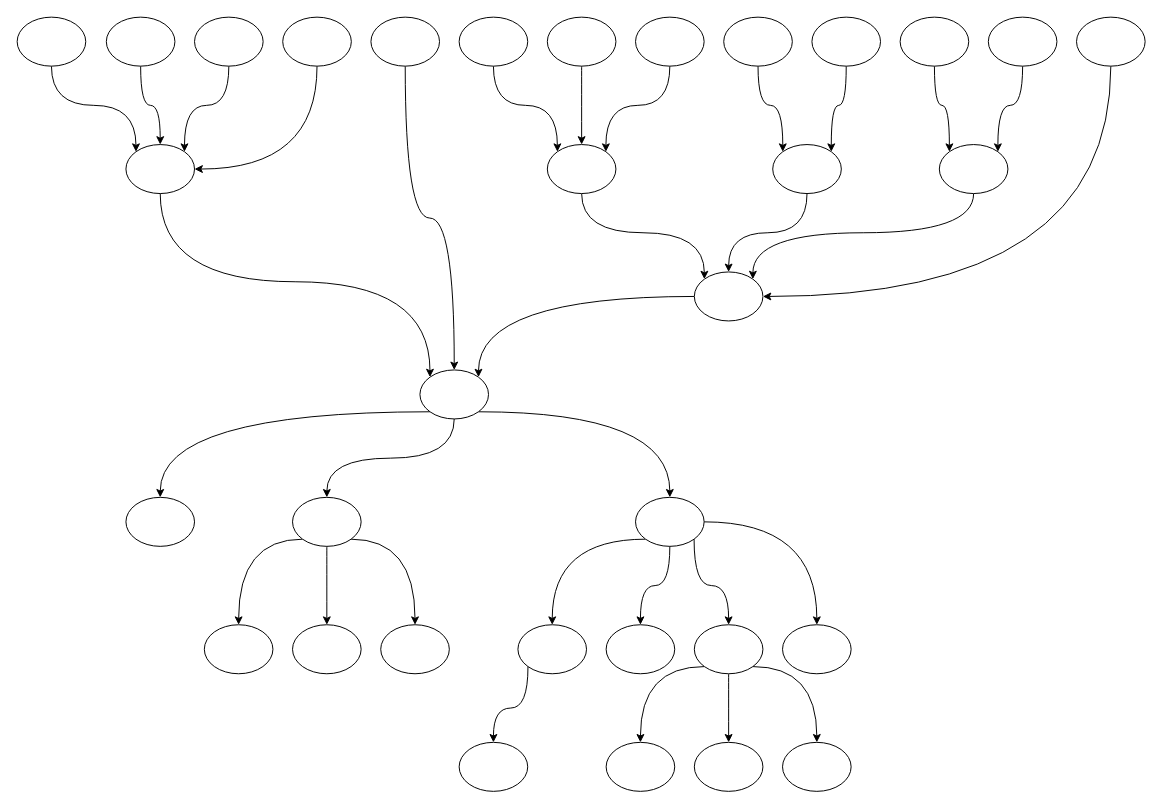
Earlier version of the draw.io diagram verilator_digrams/digraph_demo.drawio (Dercury/CLDK). Source tidied: cells renumbered, new cells numbered last; positions are measured from the earlier drawing's top-left corner, leaving out a move shared by most shapes. Both pictures are drawn from the tidied source at 98%, with x=0, y=0 at pixel (17, 17).
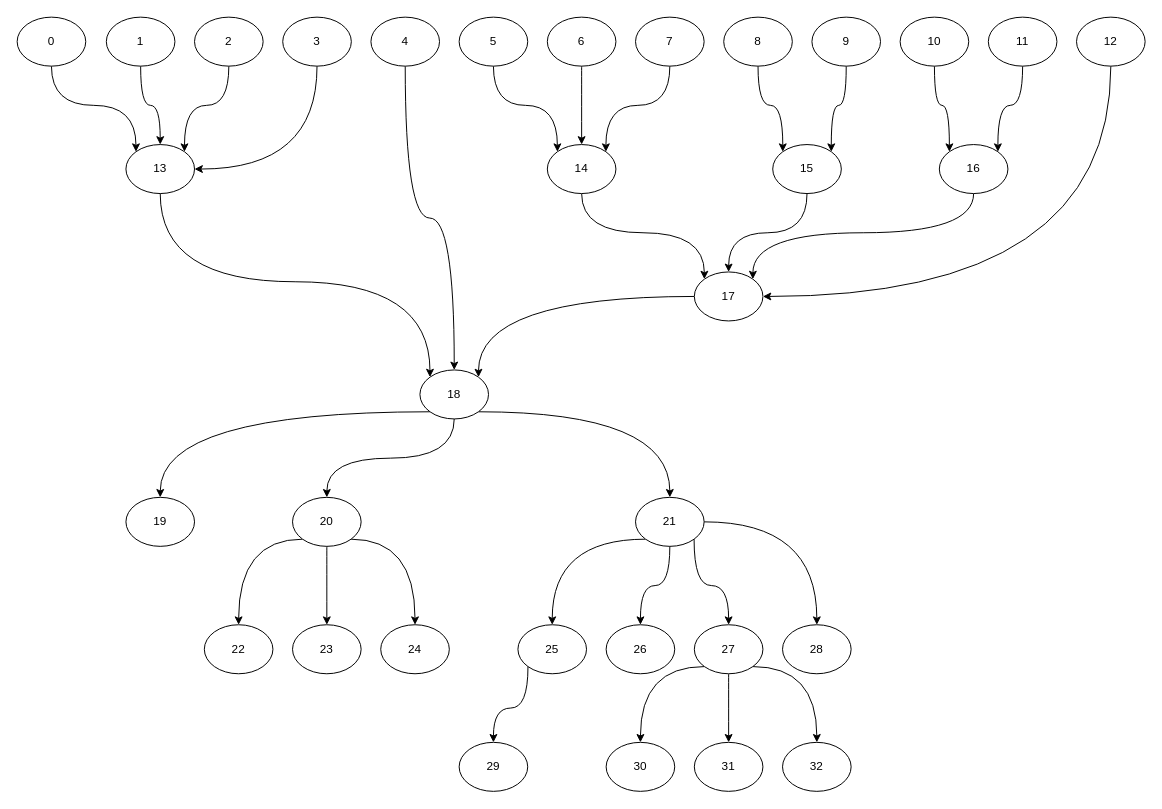
After the change.

Diff of the diagram source:
```diff
@@
-    <mxCell id="3" style="ellipse;whiteSpace=wrap;html=1;" parent="1" vertex="1">
+    <mxCell id="3" value="0" style="ellipse;whiteSpace=wrap;html=1;" parent="1" vertex="1">
       <mxGeometry width="70" height="50" as="geometry" />
     </mxCell>
@@
-    <mxCell id="5" style="ellipse;whiteSpace=wrap;html=1;" parent="1" vertex="1">
+    <mxCell id="5" value="1" style="ellipse;whiteSpace=wrap;html=1;" parent="1" vertex="1">
       <mxGeometry x="91" width="70" height="50" as="geometry" />
     </mxCell>
@@
-    <mxCell id="7" style="ellipse;whiteSpace=wrap;html=1;" parent="1" vertex="1">
+    <mxCell id="7" value="2" style="ellipse;whiteSpace=wrap;html=1;" parent="1" vertex="1">
       <mxGeometry x="181" width="70" height="50" as="geometry" />
     </mxCell>
@@
-    <mxCell id="9" style="ellipse;whiteSpace=wrap;html=1;" parent="1" vertex="1">
+    <mxCell id="9" value="3" style="ellipse;whiteSpace=wrap;html=1;" parent="1" vertex="1">
       <mxGeometry x="271" width="70" height="50" as="geometry" />
     </mxCell>
@@
-    <mxCell id="11" style="ellipse;whiteSpace=wrap;html=1;" parent="1" vertex="1">
+    <mxCell id="11" value="4" style="ellipse;whiteSpace=wrap;html=1;" parent="1" vertex="1">
       <mxGeometry x="361" width="70" height="50" as="geometry" />
     </mxCell>
@@
-    <mxCell id="13" style="ellipse;whiteSpace=wrap;html=1;" parent="1" vertex="1">
+    <mxCell id="13" value="5" style="ellipse;whiteSpace=wrap;html=1;" parent="1" vertex="1">
       <mxGeometry x="451" width="70" height="50" as="geometry" />
     </mxCell>
@@
-    <mxCell id="15" style="ellipse;whiteSpace=wrap;html=1;" parent="1" vertex="1">
+    <mxCell id="15" value="10" style="ellipse;whiteSpace=wrap;html=1;" parent="1" vertex="1">
       <mxGeometry x="901" width="70" height="50" as="geometry" />
     </mxCell>
@@
-    <mxCell id="17" style="ellipse;whiteSpace=wrap;html=1;" parent="1" vertex="1">
+    <mxCell id="17" value="6" style="ellipse;whiteSpace=wrap;html=1;" parent="1" vertex="1">
       <mxGeometry x="541" width="70" height="50" as="geometry" />
     </mxCell>
@@
-    <mxCell id="19" style="ellipse;whiteSpace=wrap;html=1;" parent="1" vertex="1">
+    <mxCell id="19" value="7" style="ellipse;whiteSpace=wrap;html=1;" parent="1" vertex="1">
       <mxGeometry x="631" width="70" height="50" as="geometry" />
     </mxCell>
@@
-    <mxCell id="21" style="ellipse;whiteSpace=wrap;html=1;" parent="1" vertex="1">
+    <mxCell id="21" value="8" style="ellipse;whiteSpace=wrap;html=1;" parent="1" vertex="1">
       <mxGeometry x="721" width="70" height="50" as="geometry" />
     </mxCell>
@@
-    <mxCell id="23" style="ellipse;whiteSpace=wrap;html=1;" parent="1" vertex="1">
+    <mxCell id="23" value="13" style="ellipse;whiteSpace=wrap;html=1;" parent="1" vertex="1">
       <mxGeometry x="111" y="130" width="70" height="50" as="geometry" />
     </mxCell>
@@
-    <mxCell id="27" style="ellipse;whiteSpace=wrap;html=1;" parent="1" vertex="1">
+    <mxCell id="27" value="18" style="ellipse;whiteSpace=wrap;html=1;" parent="1" vertex="1">
       <mxGeometry x="411" y="360" width="70" height="50" as="geometry" />
     </mxCell>
@@
-    <mxCell id="29" style="ellipse;whiteSpace=wrap;html=1;" parent="1" vertex="1">
+    <mxCell id="29" value="9" style="ellipse;whiteSpace=wrap;html=1;" parent="1" vertex="1">
       <mxGeometry x="811" width="70" height="50" as="geometry" />
     </mxCell>
@@
-    <mxCell id="31" style="ellipse;whiteSpace=wrap;html=1;" parent="1" vertex="1">
+    <mxCell id="31" value="11" style="ellipse;whiteSpace=wrap;html=1;" parent="1" vertex="1">
       <mxGeometry x="991" width="70" height="50" as="geometry" />
     </mxCell>
@@
-    <mxCell id="33" style="ellipse;whiteSpace=wrap;html=1;" parent="1" vertex="1">
+    <mxCell id="33" value="14" style="ellipse;whiteSpace=wrap;html=1;" parent="1" vertex="1">
       <mxGeometry x="541" y="130" width="70" height="50" as="geometry" />
     </mxCell>
@@
-    <mxCell id="35" style="ellipse;whiteSpace=wrap;html=1;" parent="1" vertex="1">
+    <mxCell id="35" value="15" style="ellipse;whiteSpace=wrap;html=1;" parent="1" vertex="1">
       <mxGeometry x="771" y="130" width="70" height="50" as="geometry" />
     </mxCell>
@@
-    <mxCell id="37" style="ellipse;whiteSpace=wrap;html=1;" parent="1" vertex="1">
+    <mxCell id="37" value="16" style="ellipse;whiteSpace=wrap;html=1;" parent="1" vertex="1">
       <mxGeometry x="941" y="130" width="70" height="50" as="geometry" />
     </mxCell>
@@
-    <mxCell id="39" style="ellipse;whiteSpace=wrap;html=1;" parent="1" vertex="1">
+    <mxCell id="39" value="17" style="ellipse;whiteSpace=wrap;html=1;" parent="1" vertex="1">
       <mxGeometry x="691" y="260" width="70" height="50" as="geometry" />
     </mxCell>
-    <mxCell id="40" style="ellipse;whiteSpace=wrap;html=1;" parent="1" vertex="1">
+    <mxCell id="40" value="19" style="ellipse;whiteSpace=wrap;html=1;" parent="1" vertex="1">
       <mxGeometry x="111" y="490" width="70" height="50" as="geometry" />
     </mxCell>
@@
-    <mxCell id="44" style="ellipse;whiteSpace=wrap;html=1;" parent="1" vertex="1">
+    <mxCell id="44" value="20" style="ellipse;whiteSpace=wrap;html=1;" parent="1" vertex="1">
       <mxGeometry x="281" y="490" width="70" height="50" as="geometry" />
     </mxCell>
@@
-    <mxCell id="49" style="ellipse;whiteSpace=wrap;html=1;" parent="1" vertex="1">
+    <mxCell id="49" value="21" style="ellipse;whiteSpace=wrap;html=1;" parent="1" vertex="1">
       <mxGeometry x="631" y="490" width="70" height="50" as="geometry" />
     </mxCell>
-    <mxCell id="50" style="ellipse;whiteSpace=wrap;html=1;" parent="1" vertex="1">
+    <mxCell id="50" value="22" style="ellipse;whiteSpace=wrap;html=1;" parent="1" vertex="1">
       <mxGeometry x="191" y="620" width="70" height="50" as="geometry" />
     </mxCell>
-    <mxCell id="51" style="ellipse;whiteSpace=wrap;html=1;" parent="1" vertex="1">
+    <mxCell id="51" value="23" style="ellipse;whiteSpace=wrap;html=1;" parent="1" vertex="1">
       <mxGeometry x="281" y="620" width="70" height="50" as="geometry" />
     </mxCell>
-    <mxCell id="52" style="ellipse;whiteSpace=wrap;html=1;" parent="1" vertex="1">
+    <mxCell id="52" value="24" style="ellipse;whiteSpace=wrap;html=1;" parent="1" vertex="1">
       <mxGeometry x="371" y="620" width="70" height="50" as="geometry" />
     </mxCell>
@@
-    <mxCell id="54" style="ellipse;whiteSpace=wrap;html=1;" parent="1" vertex="1">
+    <mxCell id="54" value="25" style="ellipse;whiteSpace=wrap;html=1;" parent="1" vertex="1">
       <mxGeometry x="511" y="620" width="70" height="50" as="geometry" />
     </mxCell>
-    <mxCell id="55" style="ellipse;whiteSpace=wrap;html=1;" parent="1" vertex="1">
+    <mxCell id="55" value="26" style="ellipse;whiteSpace=wrap;html=1;" parent="1" vertex="1">
       <mxGeometry x="601" y="620" width="70" height="50" as="geometry" />
     </mxCell>
@@
-    <mxCell id="59" style="ellipse;whiteSpace=wrap;html=1;" parent="1" vertex="1">
+    <mxCell id="59" value="27" style="ellipse;whiteSpace=wrap;html=1;" parent="1" vertex="1">
       <mxGeometry x="691" y="620" width="70" height="50" as="geometry" />
     </mxCell>
-    <mxCell id="60" style="ellipse;whiteSpace=wrap;html=1;" parent="1" vertex="1">
+    <mxCell id="60" value="28" style="ellipse;whiteSpace=wrap;html=1;" parent="1" vertex="1">
       <mxGeometry x="781" y="620" width="70" height="50" as="geometry" />
     </mxCell>
-    <mxCell id="61" style="ellipse;whiteSpace=wrap;html=1;" parent="1" vertex="1">
+    <mxCell id="61" value="30" style="ellipse;whiteSpace=wrap;html=1;" parent="1" vertex="1">
       <mxGeometry x="601" y="740" width="70" height="50" as="geometry" />
     </mxCell>
-    <mxCell id="62" style="ellipse;whiteSpace=wrap;html=1;" parent="1" vertex="1">
+    <mxCell id="62" value="31" style="ellipse;whiteSpace=wrap;html=1;" parent="1" vertex="1">
       <mxGeometry x="691" y="740" width="70" height="50" as="geometry" />
     </mxCell>
-    <mxCell id="63" style="ellipse;whiteSpace=wrap;html=1;" parent="1" vertex="1">
+    <mxCell id="63" value="32" style="ellipse;whiteSpace=wrap;html=1;" parent="1" vertex="1">
       <mxGeometry x="781" y="740" width="70" height="50" as="geometry" />
     </mxCell>
-    <mxCell id="64" style="ellipse;whiteSpace=wrap;html=1;" parent="1" vertex="1">
+    <mxCell id="64" value="29" style="ellipse;whiteSpace=wrap;html=1;" parent="1" vertex="1">
       <mxGeometry x="451" y="740" width="70" height="50" as="geometry" />
     </mxCell>
@@
-    <mxCell id="66" style="ellipse;whiteSpace=wrap;html=1;" parent="1" vertex="1">
+    <mxCell id="66" value="12" style="ellipse;whiteSpace=wrap;html=1;" parent="1" vertex="1">
       <mxGeometry x="1081" width="70" height="50" as="geometry" />
     </mxCell>
```
